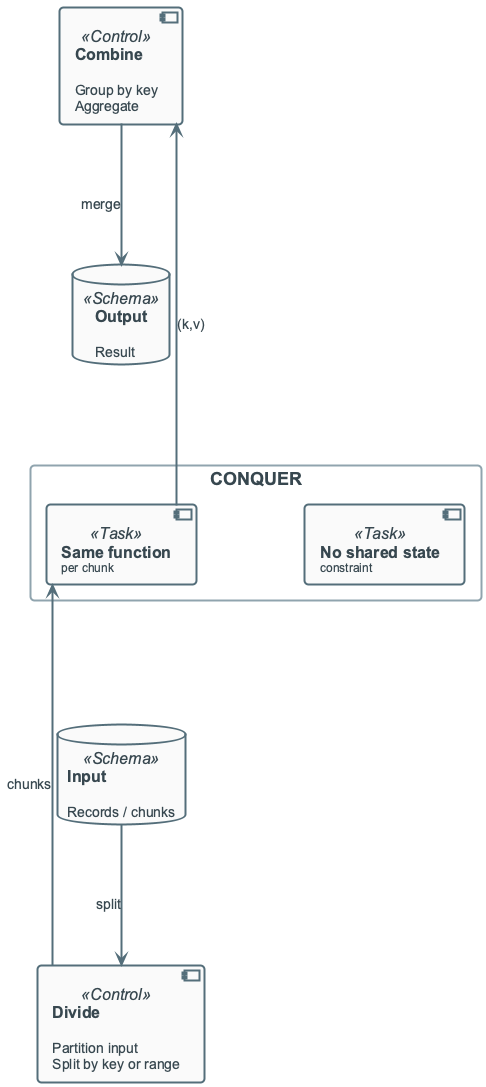
Earlier version of the PlantUML export diagrams/week03/week3_divide_conquer.png (OrPerets/data-engineering-course).
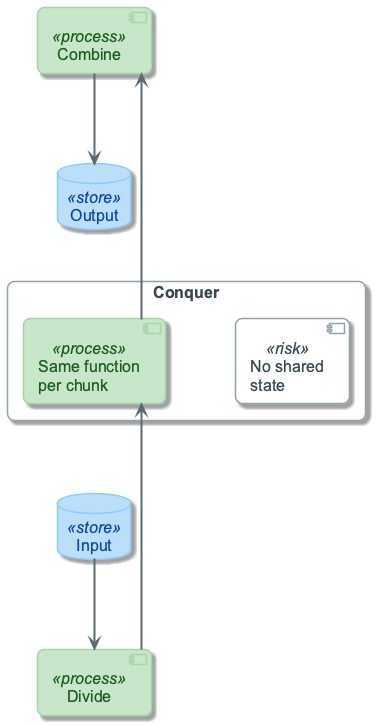
Above is the later version.

Diff of the diagram source:
```diff
@@ -1,24 +1,24 @@
 @startuml
 !include ../_template_styles.puml
+!include _week3_visual_style.puml
+
 left to right direction
+skinparam nodesep 90
+skinparam ranksep 70
 
-database "**Input**\n\n<size:14>Records / chunks</size>" as INP <<Schema>>
+database "Input" as INP <<store>>
+component "Divide" as DIV <<process>>
+rectangle "Conquer" as CONQ {
+  component "Same function\nper chunk" as C1 <<process>>
+  component "No shared\nstate" as C2 <<risk>>
+  C1 -[hidden]down- C2
+}
+component "Combine" as COMB <<process>>
+database "Output" as OUT <<store>>
 
-component "**Divide**\n\n<size:14>Partition input</size>\n<size:14>Split by key or range</size>" as DIV <<Control>>
-
-rectangle "CONQUER" #FFFFFF {
-    component "**Same function**\n<size:12>per chunk</size>" as C1 <<Task>>
-    component "**No shared state**\n<size:12>constraint</size>" as C2 <<Task>>
-    C1 -[hidden]down- C2
-}
-
-component "**Combine**\n\n<size:14>Group by key</size>\n<size:14>Aggregate</size>" as COMB <<Control>>
-
-database "**Output**\n\n<size:14>Result</size>" as OUT <<Schema>>
-
-INP -right-> DIV : split
-DIV -right-> C1 : chunks
-C1 -right-> COMB : (k,v)
-COMB -right-> OUT : merge
+INP -right-> DIV
+DIV -right-> C1
+C1 -right-> COMB
+COMB -right-> OUT
 
 @enduml
```
